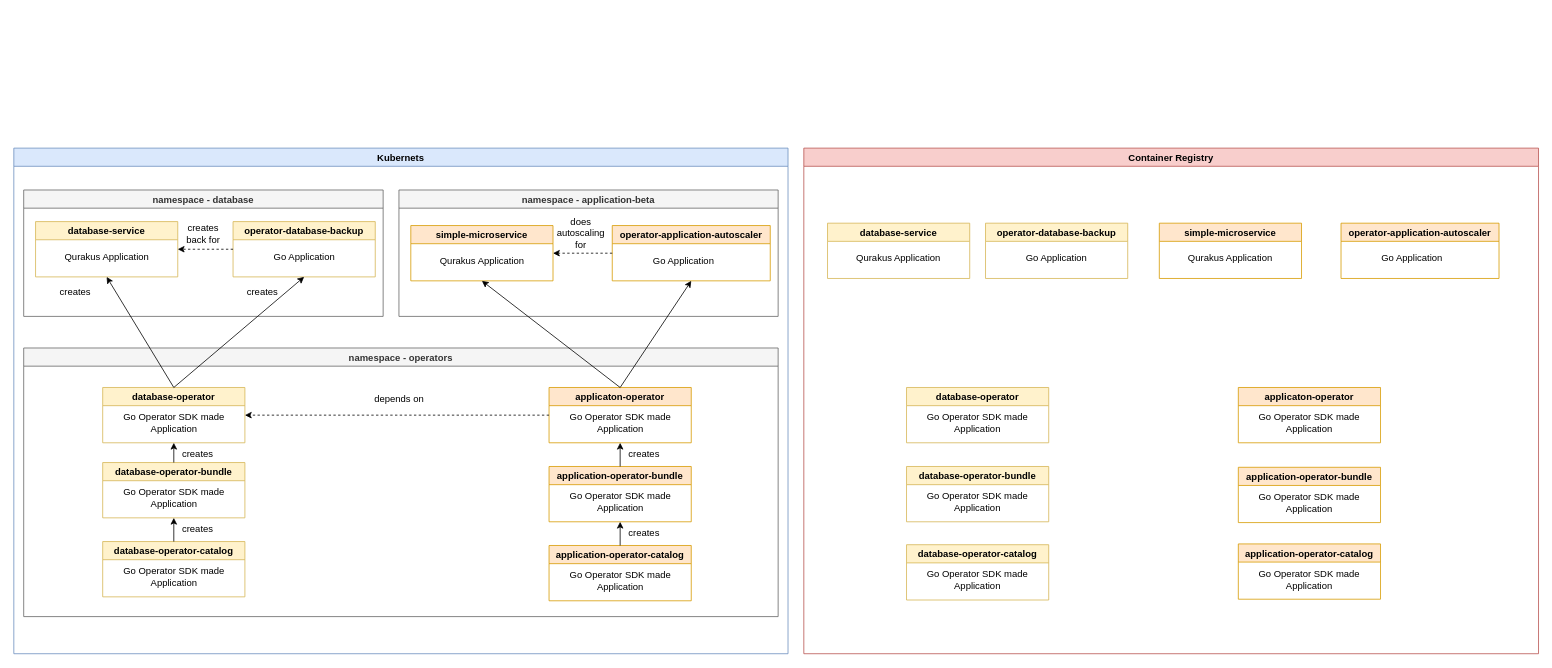
Before: documentation/drawio-diagrams/simple-operator-go-architectures.drawio in IBM/operator-sample-go-documentation, a draw.io diagram. Source tidied: cells renumbered, new cells numbered last; positions are measured from the earlier drawing's top-left corner, leaving out a move shared by most shapes. Both pictures are drawn from the tidied source at 79%, with x=0, y=0 at pixel (13, 148).
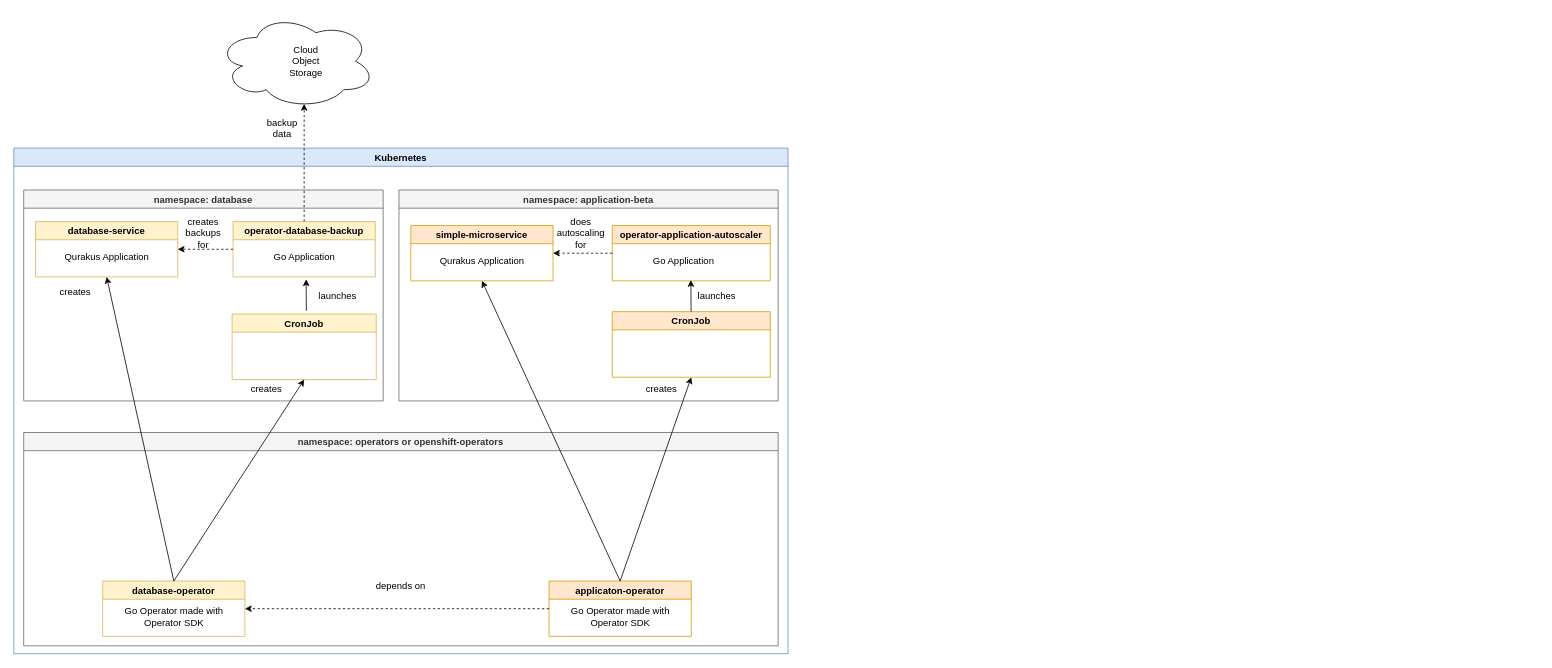
The same page after the edit.

The change refers to these unchanged cells:
```xml
<mxCell id="29" value="operator-database-backup" style="swimlane;fillColor=#fff2cc;strokeColor=#d6b656;" parent="26" vertex="1">
  <mxGeometry x="265" y="40" width="180" height="70" as="geometry" />
</mxCell>
<mxCell id="38" value="operator-application-autoscaler" style="swimlane;fillColor=#ffe6cc;strokeColor=#d79b00;" parent="35" vertex="1">
  <mxGeometry x="270" y="45" width="200" height="70" as="geometry" />
</mxCell>
```

Diff of the diagram source:
```diff
@@
-    <mxCell id="2" value="Kubernets" style="swimlane;fillColor=#dae8fc;strokeColor=#6c8ebf;" parent="1" vertex="1">
+    <mxCell id="2" value="Kubernetes" style="swimlane;fillColor=#dae8fc;strokeColor=#6c8ebf;" parent="1" vertex="1">
       <mxGeometry width="980" height="640" as="geometry" />
     </mxCell>
-    <mxCell id="3" value="namespace - operators" style="swimlane;fillColor=#f5f5f5;strokeColor=#666666;fontColor=#333333;" parent="2" vertex="1">
-      <mxGeometry x="12.5" y="253" width="955" height="340" as="geometry" />
+    <mxCell id="3" value="namespace: operators or openshift-operators" style="swimlane;fillColor=#f5f5f5;strokeColor=#666666;fontColor=#333333;" parent="2" vertex="1">
+      <mxGeometry x="12.5" y="360" width="955" height="270" as="geometry" />
     </mxCell>
     <mxCell id="4" value="database-operator" style="swimlane;fillColor=#fff2cc;strokeColor=#d6b656;" parent="3" vertex="1">
-      <mxGeometry x="100" y="50" width="180" height="70" as="geometry" />
+      <mxGeometry x="100" y="188" width="180" height="70" as="geometry" />
     </mxCell>
-    <mxCell id="5" value="Go Operator SDK made Application" style="text;html=1;strokeColor=none;fillColor=none;align=center;verticalAlign=middle;whiteSpace=wrap;rounded=0;fontColor=#000000;" parent="4" vertex="1">
+    <mxCell id="5" value="Go Operator made with Operator SDK" style="text;html=1;strokeColor=none;fillColor=none;align=center;verticalAlign=middle;whiteSpace=wrap;rounded=0;fontColor=#000000;" parent="4" vertex="1">
       <mxGeometry x="10" y="30" width="160" height="30" as="geometry" />
     </mxCell>
-    <mxCell id="6" value="database-operator-bundle" style="swimlane;fillColor=#fff2cc;strokeColor=#d6b656;" parent="3" vertex="1">
-      <mxGeometry x="100" y="145" width="180" height="70" as="geometry" />
-    </mxCell>
-    <mxCell id="7" value="Go Operator SDK made Application" style="text;html=1;strokeColor=none;fillColor=none;align=center;verticalAlign=middle;whiteSpace=wrap;rounded=0;fontColor=#000000;" parent="6" vertex="1">
-      <mxGeometry x="10" y="30" width="160" height="30" as="geometry" />
-    </mxCell>
-    <mxCell id="8" value="database-operator-catalog" style="swimlane;fillColor=#fff2cc;strokeColor=#d6b656;" parent="3" vertex="1">
-      <mxGeometry x="100" y="245" width="180" height="70" as="geometry" />
-    </mxCell>
-    <mxCell id="9" value="Go Operator SDK made Application" style="text;html=1;strokeColor=none;fillColor=none;align=center;verticalAlign=middle;whiteSpace=wrap;rounded=0;fontColor=#000000;" parent="8" vertex="1">
-      <mxGeometry x="10" y="30" width="160" height="30" as="geometry" />
-    </mxCell>
-    <mxCell id="10" value="creates" style="text;html=1;strokeColor=none;fillColor=none;align=center;verticalAlign=middle;whiteSpace=wrap;rounded=0;fontColor=#000000;" parent="8" vertex="1">
-      <mxGeometry x="90" y="-30" width="60" height="30" as="geometry" />
-    </mxCell>
-    <mxCell id="11" style="endArrow=classic;html=1;rounded=0;fontColor=#000000;exitX=0.5;exitY=0;exitDx=0;exitDy=0;entryX=0.5;entryY=1;entryDx=0;entryDy=0;" parent="3" edge="1" source="8" target="6">
-      <mxGeometry relative="1" as="geometry" />
-    </mxCell>
     <mxCell id="12" value="applicaton-operator" style="swimlane;fillColor=#ffe6cc;strokeColor=#d79b00;" parent="3" vertex="1">
-      <mxGeometry x="665" y="50" width="180" height="70" as="geometry" />
+      <mxGeometry x="665" y="188" width="180" height="70" as="geometry" />
     </mxCell>
-    <mxCell id="13" value="Go Operator SDK made Application" style="text;html=1;strokeColor=none;fillColor=none;align=center;verticalAlign=middle;whiteSpace=wrap;rounded=0;fontColor=#000000;" parent="12" vertex="1">
+    <mxCell id="13" value="Go Operator made with Operator SDK" style="text;html=1;strokeColor=none;fillColor=none;align=center;verticalAlign=middle;whiteSpace=wrap;rounded=0;fontColor=#000000;" parent="12" vertex="1">
       <mxGeometry x="10" y="30" width="160" height="30" as="geometry" />
     </mxCell>
-    <mxCell id="14" value="application-operator-bundle" style="swimlane;fillColor=#ffe6cc;strokeColor=#d79b00;" parent="3" vertex="1">
-      <mxGeometry x="665" y="150" width="180" height="70" as="geometry" />
-    </mxCell>
-    <mxCell id="15" value="Go Operator SDK made Application" style="text;html=1;strokeColor=none;fillColor=none;align=center;verticalAlign=middle;whiteSpace=wrap;rounded=0;fontColor=#000000;" parent="14" vertex="1">
-      <mxGeometry x="10" y="30" width="160" height="30" as="geometry" />
-    </mxCell>
-    <mxCell id="16" value="application-operator-catalog" style="swimlane;fillColor=#ffe6cc;strokeColor=#d79b00;" parent="3" vertex="1">
-      <mxGeometry x="665" y="250" width="180" height="70" as="geometry" />
-    </mxCell>
-    <mxCell id="17" value="Go Operator SDK made Application" style="text;html=1;strokeColor=none;fillColor=none;align=center;verticalAlign=middle;whiteSpace=wrap;rounded=0;fontColor=#000000;" parent="16" vertex="1">
-      <mxGeometry x="10" y="30" width="160" height="30" as="geometry" />
-    </mxCell>
-    <mxCell id="18" style="endArrow=classic;html=1;rounded=0;fontColor=#000000;exitX=0.5;exitY=0;exitDx=0;exitDy=0;entryX=0.5;entryY=1;entryDx=0;entryDy=0;" parent="3" edge="1" source="16" target="14">
-      <mxGeometry relative="1" as="geometry" />
-    </mxCell>
-    <mxCell id="19" style="endArrow=classic;html=1;rounded=0;fontColor=#000000;entryX=0.5;entryY=1;entryDx=0;entryDy=0;exitX=0.5;exitY=0;exitDx=0;exitDy=0;" parent="3" edge="1" source="6" target="4">
-      <mxGeometry relative="1" as="geometry" />
-    </mxCell>
-    <mxCell id="20" value="creates" style="text;html=1;strokeColor=none;fillColor=none;align=center;verticalAlign=middle;whiteSpace=wrap;rounded=0;fontColor=#000000;" parent="3" vertex="1">
-      <mxGeometry x="190" y="120" width="60" height="30" as="geometry" />
-    </mxCell>
-    <mxCell id="21" value="creates" style="text;html=1;strokeColor=none;fillColor=none;align=center;verticalAlign=middle;whiteSpace=wrap;rounded=0;fontColor=#000000;" parent="3" vertex="1">
-      <mxGeometry x="755" y="120" width="60" height="30" as="geometry" />
-    </mxCell>
-    <mxCell id="22" value="creates" style="text;html=1;strokeColor=none;fillColor=none;align=center;verticalAlign=middle;whiteSpace=wrap;rounded=0;fontColor=#000000;" parent="3" vertex="1">
-      <mxGeometry x="755" y="220" width="60" height="30" as="geometry" />
-    </mxCell>
-    <mxCell id="23" style="endArrow=classic;html=1;rounded=0;fontColor=#000000;entryX=0.5;entryY=1;entryDx=0;entryDy=0;" parent="3" edge="1" source="14" target="12">
-      <mxGeometry relative="1" as="geometry" />
-    </mxCell>
@@
     <mxCell id="25" value="depends on" style="text;html=1;strokeColor=none;fillColor=none;align=center;verticalAlign=middle;whiteSpace=wrap;rounded=0;fontColor=#000000;" parent="3" vertex="1">
-      <mxGeometry x="435" y="50" width="80" height="30" as="geometry" />
+      <mxGeometry x="437.5" y="180" width="80" height="30" as="geometry" />
     </mxCell>
-    <mxCell id="26" value="namespace - database" style="swimlane;fontColor=#333333;fillColor=#f5f5f5;strokeColor=#666666;" parent="2" vertex="1">
-      <mxGeometry x="12.5" y="53" width="455" height="160" as="geometry" />
+    <mxCell id="26" value="namespace: database" style="swimlane;fontColor=#333333;fillColor=#f5f5f5;strokeColor=#666666;" parent="2" vertex="1">
+      <mxGeometry x="12.5" y="53" width="455" height="267" as="geometry" />
     </mxCell>
@@
-    <mxCell id="32" value="creates" style="text;html=1;strokeColor=none;fillColor=none;align=center;verticalAlign=middle;whiteSpace=wrap;rounded=0;fontColor=#000000;" parent="26" vertex="1">
-      <mxGeometry x="272" y="115" width="60" height="30" as="geometry" />
-    </mxCell>
@@
-    <mxCell id="34" value="creates back for" style="text;html=1;strokeColor=none;fillColor=none;align=center;verticalAlign=middle;whiteSpace=wrap;rounded=0;fontColor=#000000;" parent="26" vertex="1">
+    <mxCell id="34" value="creates backups for" style="text;html=1;strokeColor=none;fillColor=none;align=center;verticalAlign=middle;whiteSpace=wrap;rounded=0;fontColor=#000000;" parent="26" vertex="1">
       <mxGeometry x="197.5" y="40" width="60" height="30" as="geometry" />
     </mxCell>
+    <mxCell id="67" value="CronJob" style="swimlane;fillColor=#fff2cc;strokeColor=#d6b656;" parent="26" vertex="1">
+      <mxGeometry x="263.8" y="157" width="182.5" height="83" as="geometry" />
+    </mxCell>
+    <mxCell id="32" value="creates" style="text;html=1;strokeColor=none;fillColor=none;align=center;verticalAlign=middle;whiteSpace=wrap;rounded=0;fontColor=#000000;" parent="67" vertex="1">
+      <mxGeometry x="14" y="80" width="60" height="30" as="geometry" />
+    </mxCell>
+    <mxCell id="68" value="launches" style="text;html=1;strokeColor=none;fillColor=none;align=center;verticalAlign=middle;whiteSpace=wrap;rounded=0;fontColor=#000000;" parent="26" vertex="1">
+      <mxGeometry x="367.5" y="118.5" width="60" height="30" as="geometry" />
+    </mxCell>
-    <mxCell id="35" value="namespace - application-beta" style="swimlane;fontColor=#333333;fillColor=#f5f5f5;strokeColor=#666666;" parent="2" vertex="1">
-      <mxGeometry x="487.5" y="53" width="480" height="160" as="geometry" />
+    <mxCell id="35" value="namespace: application-beta" style="swimlane;fontColor=#333333;fillColor=#f5f5f5;strokeColor=#666666;" parent="2" vertex="1">
+      <mxGeometry x="487.5" y="53" width="480" height="267" as="geometry" />
     </mxCell>
@@
+    <mxCell id="69" value="CronJob" style="swimlane;fillColor=#ffe6cc;strokeColor=#d79b00;" parent="35" vertex="1">
+      <mxGeometry x="270" y="154" width="200" height="83" as="geometry" />
+    </mxCell>
+    <mxCell id="70" value="creates" style="text;html=1;strokeColor=none;fillColor=none;align=center;verticalAlign=middle;whiteSpace=wrap;rounded=0;fontColor=#000000;" parent="35" vertex="1">
+      <mxGeometry x="302.5" y="237" width="60" height="30" as="geometry" />
+    </mxCell>
+    <mxCell id="71" value="launches" style="text;html=1;strokeColor=none;fillColor=none;align=center;verticalAlign=middle;whiteSpace=wrap;rounded=0;fontColor=#000000;" parent="35" vertex="1">
+      <mxGeometry x="372.5" y="118.5" width="60" height="30" as="geometry" />
+    </mxCell>
+    <mxCell id="72" style="endArrow=classic;html=1;rounded=0;fontColor=#000000;" parent="35" edge="1">
+      <mxGeometry relative="1" as="geometry">
+        <mxPoint x="369.8" y="154" as="sourcePoint" />
+        <mxPoint x="369.5" y="114" as="targetPoint" />
+      </mxGeometry>
+    </mxCell>
@@
-    <mxCell id="43" style="endArrow=classic;html=1;rounded=0;fontColor=#000000;entryX=0.5;entryY=1;entryDx=0;entryDy=0;" parent="2" edge="1" target="29">
-      <mxGeometry relative="1" as="geometry">
-        <mxPoint x="202.5" y="303" as="sourcePoint" />
-      </mxGeometry>
+    <mxCell id="43" style="endArrow=classic;html=1;rounded=0;fontColor=#000000;exitX=0.5;exitY=0;exitDx=0;exitDy=0;entryX=0.5;entryY=1;entryDx=0;entryDy=0;" parent="2" edge="1" source="4" target="67">
+      <mxGeometry relative="1" as="geometry" />
     </mxCell>
@@
-    <mxCell id="45" style="endArrow=classic;html=1;rounded=0;fontColor=#000000;entryX=0.5;entryY=1;entryDx=0;entryDy=0;exitX=0.5;exitY=0;exitDx=0;exitDy=0;" parent="2" edge="1" source="12" target="38">
+    <mxCell id="45" style="endArrow=classic;html=1;rounded=0;fontColor=#000000;entryX=0.5;entryY=1;entryDx=0;entryDy=0;exitX=0.5;exitY=0;exitDx=0;exitDy=0;" parent="2" edge="1" source="12" target="69">
       <mxGeometry relative="1" as="geometry" />
     </mxCell>
-    <mxCell id="46" value="Container Registry" style="swimlane;fillColor=#f8cecc;strokeColor=#b85450;" parent="1" vertex="1">
-      <mxGeometry x="1000" width="930" height="640" as="geometry" />
-    </mxCell>
-    <mxCell id="47" value="database-service" style="swimlane;fillColor=#fff2cc;strokeColor=#d6b656;" parent="46" vertex="1">
-      <mxGeometry x="30" y="95" width="180" height="70" as="geometry" />
-    </mxCell>
-    <mxCell id="48" value="Qurakus Application" style="text;html=1;strokeColor=none;fillColor=none;align=center;verticalAlign=middle;whiteSpace=wrap;rounded=0;fontColor=#000000;" parent="47" vertex="1">
-      <mxGeometry x="10" y="30" width="160" height="30" as="geometry" />
-    </mxCell>
-    <mxCell id="49" value="operator-database-backup" style="swimlane;fillColor=#fff2cc;strokeColor=#d6b656;" parent="46" vertex="1">
-      <mxGeometry x="230" y="95" width="180" height="70" as="geometry" />
-    </mxCell>
-    <mxCell id="50" value="Go Application" style="text;html=1;strokeColor=none;fillColor=none;align=center;verticalAlign=middle;whiteSpace=wrap;rounded=0;fontColor=#000000;" parent="49" vertex="1">
-      <mxGeometry x="10" y="30" width="160" height="30" as="geometry" />
-    </mxCell>
-    <mxCell id="51" value="database-operator" style="swimlane;fillColor=#fff2cc;strokeColor=#d6b656;" parent="46" vertex="1">
-      <mxGeometry x="130" y="303" width="180" height="70" as="geometry" />
-    </mxCell>
-    <mxCell id="52" value="Go Operator SDK made Application" style="text;html=1;strokeColor=none;fillColor=none;align=center;verticalAlign=middle;whiteSpace=wrap;rounded=0;fontColor=#000000;" parent="51" vertex="1">
-      <mxGeometry x="10" y="30" width="160" height="30" as="geometry" />
-    </mxCell>
-    <mxCell id="53" value="database-operator-bundle" style="swimlane;fillColor=#fff2cc;strokeColor=#d6b656;" parent="46" vertex="1">
-      <mxGeometry x="130" y="403" width="180" height="70" as="geometry" />
-    </mxCell>
-    <mxCell id="54" value="Go Operator SDK made Application" style="text;html=1;strokeColor=none;fillColor=none;align=center;verticalAlign=middle;whiteSpace=wrap;rounded=0;fontColor=#000000;" parent="53" vertex="1">
-      <mxGeometry x="10" y="30" width="160" height="30" as="geometry" />
-    </mxCell>
-    <mxCell id="55" value="database-operator-catalog" style="swimlane;fillColor=#fff2cc;strokeColor=#d6b656;" parent="46" vertex="1">
-      <mxGeometry x="130" y="502" width="180" height="70" as="geometry" />
-    </mxCell>
-    <mxCell id="56" value="Go Operator SDK made Application" style="text;html=1;strokeColor=none;fillColor=none;align=center;verticalAlign=middle;whiteSpace=wrap;rounded=0;fontColor=#000000;" parent="55" vertex="1">
-      <mxGeometry x="10" y="30" width="160" height="30" as="geometry" />
-    </mxCell>
-    <mxCell id="57" value="simple-microservice" style="swimlane;fillColor=#ffe6cc;strokeColor=#d79b00;" parent="46" vertex="1">
-      <mxGeometry x="450" y="95" width="180" height="70" as="geometry" />
-    </mxCell>
-    <mxCell id="58" value="Qurakus Application" style="text;html=1;strokeColor=none;fillColor=none;align=center;verticalAlign=middle;whiteSpace=wrap;rounded=0;fontColor=#000000;" parent="57" vertex="1">
-      <mxGeometry x="10" y="30" width="160" height="30" as="geometry" />
-    </mxCell>
-    <mxCell id="59" value="operator-application-autoscaler" style="swimlane;fillColor=#ffe6cc;strokeColor=#d79b00;" parent="46" vertex="1">
-      <mxGeometry x="680" y="95" width="200" height="70" as="geometry" />
-    </mxCell>
-    <mxCell id="60" value="Go Application" style="text;html=1;strokeColor=none;fillColor=none;align=center;verticalAlign=middle;whiteSpace=wrap;rounded=0;fontColor=#000000;" parent="59" vertex="1">
-      <mxGeometry x="10" y="30" width="160" height="30" as="geometry" />
-    </mxCell>
-    <mxCell id="61" value="applicaton-operator" style="swimlane;fillColor=#ffe6cc;strokeColor=#d79b00;" parent="46" vertex="1">
-      <mxGeometry x="550" y="303" width="180" height="70" as="geometry" />
-    </mxCell>
-    <mxCell id="62" value="Go Operator SDK made Application" style="text;html=1;strokeColor=none;fillColor=none;align=center;verticalAlign=middle;whiteSpace=wrap;rounded=0;fontColor=#000000;" parent="61" vertex="1">
-      <mxGeometry x="10" y="30" width="160" height="30" as="geometry" />
-    </mxCell>
-    <mxCell id="63" value="application-operator-bundle" style="swimlane;fillColor=#ffe6cc;strokeColor=#d79b00;" parent="46" vertex="1">
-      <mxGeometry x="550" y="404" width="180" height="70" as="geometry" />
-    </mxCell>
-    <mxCell id="64" value="Go Operator SDK made Application" style="text;html=1;strokeColor=none;fillColor=none;align=center;verticalAlign=middle;whiteSpace=wrap;rounded=0;fontColor=#000000;" parent="63" vertex="1">
-      <mxGeometry x="10" y="30" width="160" height="30" as="geometry" />
-    </mxCell>
-    <mxCell id="65" value="application-operator-catalog" style="swimlane;fillColor=#ffe6cc;strokeColor=#d79b00;" parent="46" vertex="1">
-      <mxGeometry x="550" y="501" width="180" height="70" as="geometry" />
-    </mxCell>
-    <mxCell id="66" value="Go Operator SDK made Application" style="text;html=1;strokeColor=none;fillColor=none;align=center;verticalAlign=middle;whiteSpace=wrap;rounded=0;fontColor=#000000;" parent="65" vertex="1">
-      <mxGeometry x="10" y="30" width="160" height="30" as="geometry" />
-    </mxCell>
+    <mxCell id="73" style="endArrow=classic;html=1;rounded=0;fontColor=#000000;" parent="1" edge="1">
+      <mxGeometry relative="1" as="geometry">
+        <mxPoint x="370.3" y="206" as="sourcePoint" />
+        <mxPoint x="370" y="166" as="targetPoint" />
+      </mxGeometry>
+    </mxCell>
+    <mxCell id="74" style="ellipse;shape=cloud;whiteSpace=wrap;html=1;" parent="1" vertex="1">
+      <mxGeometry x="257.5" y="-170" width="200" height="120" as="geometry" />
+    </mxCell>
+    <mxCell id="75" value="Cloud Object Storage" style="text;html=1;strokeColor=none;fillColor=none;align=center;verticalAlign=middle;whiteSpace=wrap;rounded=0;fontColor=#000000;" parent="1" vertex="1">
+      <mxGeometry x="340" y="-125" width="60" height="30" as="geometry" />
+    </mxCell>
+    <mxCell id="76" style="endArrow=classic;html=1;rounded=0;fontColor=#000000;exitX=0.5;exitY=0;exitDx=0;exitDy=0;entryX=0.55;entryY=0.95;entryDx=0;entryDy=0;dashed=1;entryPerimeter=0;" parent="1" edge="1" source="29" target="74">
+      <mxGeometry relative="1" as="geometry" />
+    </mxCell>
+    <mxCell id="77" value="backup data" style="text;html=1;strokeColor=none;fillColor=none;align=center;verticalAlign=middle;whiteSpace=wrap;rounded=0;fontColor=#000000;" parent="1" vertex="1">
+      <mxGeometry x="310" y="-40" width="60" height="30" as="geometry" />
+    </mxCell>
```
